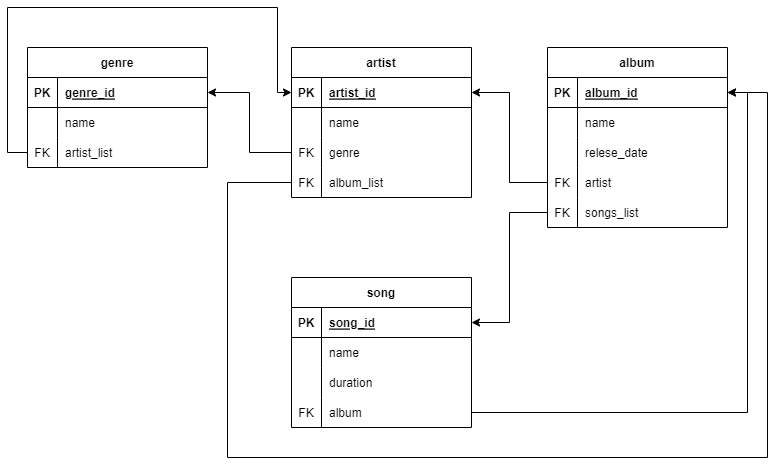
The draw.io diagram 1.drawio.png in TimofeevAndrei/hw_graph, before a commit. Source tidied: cells renumbered, new cells last; positions are measured from the earlier drawing's top-left corner, leaving out a move shared by most shapes.
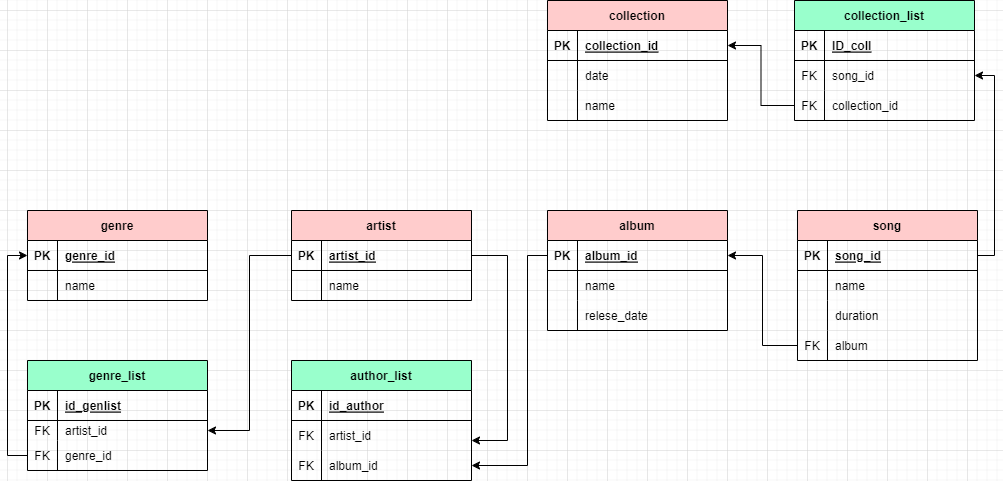
After the commit.

Diff of the diagram source:
```diff
@@ -2,8 +2,8 @@
   <root>
     <mxCell id="0" />
     <mxCell id="1" parent="0" />
-    <mxCell id="2" value="genre" style="shape=table;startSize=30;rowLines=0;fontStyle=1;align=center;" parent="1" vertex="1">
-      <mxGeometry x="20" y="40" width="180" height="120" as="geometry" />
+    <mxCell id="2" value="genre" style="shape=table;startSize=30;rowLines=0;fontStyle=1;align=center;fillColor=#FFCCCC;" parent="1" vertex="1">
+      <mxGeometry x="20" y="40" width="180" height="90" as="geometry" />
     </mxCell>
     <mxCell id="3" style="shape=tableRow;horizontal=0;startSize=0;swimlaneHead=0;swimlaneBody=0;fillColor=none;points=[[0,0.5],[1,0.5]];portConstraint=eastwest;top=0;left=0;right=0;bottom=1;" parent="2" vertex="1">
       <mxGeometry y="30" width="180" height="30" as="geometry" />
@@ -23,17 +23,8 @@
     <mxCell id="8" value="name" style="shape=partialRectangle;fillColor=none;top=0;left=0;bottom=0;right=0;align=left;spacingLeft=6;overflow=hidden;" parent="6" vertex="1">
       <mxGeometry x="30" width="150" height="30" as="geometry" />
     </mxCell>
-    <mxCell id="9" style="shape=tableRow;horizontal=0;startSize=0;swimlaneHead=0;swimlaneBody=0;fillColor=none;points=[[0,0.5],[1,0.5]];portConstraint=eastwest;top=0;left=0;right=0;bottom=0;" parent="2" vertex="1">
-      <mxGeometry y="90" width="180" height="30" as="geometry" />
-    </mxCell>
-    <mxCell id="10" value="FK" style="shape=partialRectangle;fillColor=none;top=0;left=0;bottom=0;right=0;overflow=hidden;" parent="9" vertex="1">
-      <mxGeometry width="30" height="30" as="geometry" />
-    </mxCell>
-    <mxCell id="11" value="artist_list" style="shape=partialRectangle;fillColor=none;top=0;left=0;bottom=0;right=0;align=left;spacingLeft=6;overflow=hidden;" parent="9" vertex="1">
-      <mxGeometry x="30" width="150" height="30" as="geometry" />
-    </mxCell>
-    <mxCell id="12" value="artist" style="shape=table;startSize=30;rowLines=0;fontStyle=1;align=center;" parent="1" vertex="1">
-      <mxGeometry x="284" y="40" width="180" height="150" as="geometry" />
+    <mxCell id="12" value="artist" style="shape=table;startSize=30;rowLines=0;fontStyle=1;align=center;fillColor=#FFCCCC;" parent="1" vertex="1">
+      <mxGeometry x="284" y="40" width="180" height="90" as="geometry" />
     </mxCell>
     <mxCell id="13" style="shape=tableRow;horizontal=0;startSize=0;swimlaneHead=0;swimlaneBody=0;fillColor=none;points=[[0,0.5],[1,0.5]];portConstraint=eastwest;top=0;left=0;right=0;bottom=1;" parent="12" vertex="1">
       <mxGeometry y="30" width="180" height="30" as="geometry" />
@@ -53,26 +44,8 @@
     <mxCell id="18" value="name" style="shape=partialRectangle;fillColor=none;top=0;left=0;bottom=0;right=0;align=left;spacingLeft=6;overflow=hidden;" parent="16" vertex="1">
       <mxGeometry x="30" width="150" height="30" as="geometry" />
     </mxCell>
-    <mxCell id="19" style="shape=tableRow;horizontal=0;startSize=0;swimlaneHead=0;swimlaneBody=0;fillColor=none;points=[[0,0.5],[1,0.5]];portConstraint=eastwest;top=0;left=0;right=0;bottom=0;" parent="12" vertex="1">
-      <mxGeometry y="90" width="180" height="30" as="geometry" />
-    </mxCell>
-    <mxCell id="20" value="FK" style="shape=partialRectangle;fillColor=none;top=0;left=0;bottom=0;right=0;overflow=hidden;" parent="19" vertex="1">
-      <mxGeometry width="30" height="30" as="geometry" />
-    </mxCell>
-    <mxCell id="21" value="genre" style="shape=partialRectangle;fillColor=none;top=0;left=0;bottom=0;right=0;align=left;spacingLeft=6;overflow=hidden;" parent="19" vertex="1">
-      <mxGeometry x="30" width="150" height="30" as="geometry" />
-    </mxCell>
-    <mxCell id="22" style="shape=tableRow;horizontal=0;startSize=0;swimlaneHead=0;swimlaneBody=0;fillColor=none;points=[[0,0.5],[1,0.5]];portConstraint=eastwest;top=0;left=0;right=0;bottom=0;" parent="12" vertex="1">
-      <mxGeometry y="120" width="180" height="30" as="geometry" />
-    </mxCell>
-    <mxCell id="23" value="FK" style="shape=partialRectangle;fillColor=none;top=0;left=0;bottom=0;right=0;overflow=hidden;" parent="22" vertex="1">
-      <mxGeometry width="30" height="30" as="geometry" />
-    </mxCell>
-    <mxCell id="24" value="album_list" style="shape=partialRectangle;fillColor=none;top=0;left=0;bottom=0;right=0;align=left;spacingLeft=6;overflow=hidden;" parent="22" vertex="1">
-      <mxGeometry x="30" width="150" height="30" as="geometry" />
-    </mxCell>
-    <mxCell id="25" value="album" style="shape=table;startSize=30;rowLines=0;fontStyle=1;align=center;" parent="1" vertex="1">
-      <mxGeometry x="540" y="40" width="180" height="180" as="geometry" />
+    <mxCell id="25" value="album" style="shape=table;startSize=30;rowLines=0;fontStyle=1;align=center;fillColor=#FFCCCC;" parent="1" vertex="1">
+      <mxGeometry x="540" y="40" width="180" height="120" as="geometry" />
     </mxCell>
     <mxCell id="26" style="shape=tableRow;horizontal=0;startSize=0;swimlaneHead=0;swimlaneBody=0;fillColor=none;points=[[0,0.5],[1,0.5]];portConstraint=eastwest;top=0;left=0;right=0;bottom=1;" parent="25" vertex="1">
       <mxGeometry y="30" width="180" height="30" as="geometry" />
@@ -101,26 +74,8 @@
     <mxCell id="34" value="relese_date" style="shape=partialRectangle;fillColor=none;top=0;left=0;bottom=0;right=0;align=left;spacingLeft=6;overflow=hidden;" parent="32" vertex="1">
       <mxGeometry x="30" width="150" height="30" as="geometry" />
     </mxCell>
-    <mxCell id="35" style="shape=tableRow;horizontal=0;startSize=0;swimlaneHead=0;swimlaneBody=0;fillColor=none;points=[[0,0.5],[1,0.5]];portConstraint=eastwest;top=0;left=0;right=0;bottom=0;" parent="25" vertex="1">
-      <mxGeometry y="120" width="180" height="30" as="geometry" />
-    </mxCell>
-    <mxCell id="36" value="FK" style="shape=partialRectangle;fillColor=none;top=0;left=0;bottom=0;right=0;overflow=hidden;" parent="35" vertex="1">
-      <mxGeometry width="30" height="30" as="geometry" />
-    </mxCell>
-    <mxCell id="37" value="artist" style="shape=partialRectangle;fillColor=none;top=0;left=0;bottom=0;right=0;align=left;spacingLeft=6;overflow=hidden;" parent="35" vertex="1">
-      <mxGeometry x="30" width="150" height="30" as="geometry" />
-    </mxCell>
-    <mxCell id="38" style="shape=tableRow;horizontal=0;startSize=0;swimlaneHead=0;swimlaneBody=0;fillColor=none;points=[[0,0.5],[1,0.5]];portConstraint=eastwest;top=0;left=0;right=0;bottom=0;" parent="25" vertex="1">
-      <mxGeometry y="150" width="180" height="30" as="geometry" />
-    </mxCell>
-    <mxCell id="39" value="FK" style="shape=partialRectangle;fillColor=none;top=0;left=0;bottom=0;right=0;overflow=hidden;" parent="38" vertex="1">
-      <mxGeometry width="30" height="30" as="geometry" />
-    </mxCell>
-    <mxCell id="40" value="songs_list" style="shape=partialRectangle;fillColor=none;top=0;left=0;bottom=0;right=0;align=left;spacingLeft=6;overflow=hidden;" parent="38" vertex="1">
-      <mxGeometry x="30" width="150" height="30" as="geometry" />
-    </mxCell>
-    <mxCell id="41" value="song" style="shape=table;startSize=30;rowLines=0;fontStyle=1;align=center;" parent="1" vertex="1">
-      <mxGeometry x="284" y="270" width="180" height="150" as="geometry" />
+    <mxCell id="41" value="song" style="shape=table;startSize=30;rowLines=0;fontStyle=1;align=center;fillColor=#FFCCCC;" parent="1" vertex="1">
+      <mxGeometry x="790" y="40" width="180" height="150" as="geometry" />
     </mxCell>
     <mxCell id="42" style="shape=tableRow;horizontal=0;startSize=0;swimlaneHead=0;swimlaneBody=0;fillColor=none;points=[[0,0.5],[1,0.5]];portConstraint=eastwest;top=0;left=0;right=0;bottom=1;" parent="41" vertex="1">
       <mxGeometry y="30" width="180" height="30" as="geometry" />
@@ -158,37 +113,174 @@
     <mxCell id="53" value="album" style="shape=partialRectangle;fillColor=none;top=0;left=0;bottom=0;right=0;align=left;spacingLeft=6;overflow=hidden;" parent="51" vertex="1">
       <mxGeometry x="30" width="150" height="30" as="geometry" />
     </mxCell>
-    <mxCell id="54" style="edgeStyle=orthogonalEdgeStyle;rounded=0;jettySize=auto;html=1;entryX=1;entryY=0.5;entryDx=0;entryDy=0;" parent="1" edge="1" source="19" target="3">
-      <mxGeometry relative="1" as="geometry" />
-    </mxCell>
-    <mxCell id="55" style="edgeStyle=orthogonalEdgeStyle;rounded=0;jettySize=auto;html=1;entryX=1;entryY=0.5;entryDx=0;entryDy=0;" parent="1" edge="1" source="35" target="13">
-      <mxGeometry relative="1" as="geometry" />
-    </mxCell>
+    <mxCell id="58" style="edgeStyle=orthogonalEdgeStyle;rounded=0;jettySize=auto;html=1;entryX=0;entryY=0.5;entryDx=0;entryDy=0;" parent="1" edge="1" target="13">
+      <mxGeometry relative="1" as="geometry">
+        <Array as="points">
+          <mxPoint y="145" />
+          <mxPoint />
+          <mxPoint x="270" />
+          <mxPoint x="270" y="85" />
+        </Array>
+      </mxGeometry>
+    </mxCell>
+    <mxCell id="60" value="collection" style="shape=table;startSize=30;rowLines=0;fontStyle=1;align=center;fillColor=#FFCCCC;" parent="1" vertex="1">
+      <mxGeometry x="540" y="-170" width="180" height="120" as="geometry" />
+    </mxCell>
+    <mxCell id="61" style="shape=tableRow;horizontal=0;startSize=0;swimlaneHead=0;swimlaneBody=0;fillColor=none;points=[[0,0.5],[1,0.5]];portConstraint=eastwest;top=0;left=0;right=0;bottom=1;" parent="60" vertex="1">
+      <mxGeometry y="30" width="180" height="30" as="geometry" />
+    </mxCell>
+    <mxCell id="62" value="PK" style="shape=partialRectangle;fillColor=none;top=0;left=0;bottom=0;right=0;fontStyle=1;overflow=hidden;" parent="61" vertex="1">
+      <mxGeometry width="30" height="30" as="geometry" />
+    </mxCell>
+    <mxCell id="63" value="collection_id" style="shape=partialRectangle;fillColor=none;top=0;left=0;bottom=0;right=0;align=left;spacingLeft=6;fontStyle=5;overflow=hidden;" parent="61" vertex="1">
+      <mxGeometry x="30" width="150" height="30" as="geometry" />
+    </mxCell>
+    <mxCell id="64" style="shape=tableRow;horizontal=0;startSize=0;swimlaneHead=0;swimlaneBody=0;fillColor=none;top=0;left=0;right=0;bottom=0;" parent="60" vertex="1">
+      <mxGeometry y="60" width="180" height="30" as="geometry" />
+    </mxCell>
+    <mxCell id="65" style="shape=partialRectangle;fillColor=none;top=0;left=0;bottom=0;right=0;overflow=hidden;" parent="64" vertex="1">
+      <mxGeometry width="30" height="30" as="geometry" />
+    </mxCell>
+    <mxCell id="66" value="date" style="shape=partialRectangle;fillColor=none;top=0;left=0;bottom=0;right=0;align=left;spacingLeft=6;overflow=hidden;" parent="64" vertex="1">
+      <mxGeometry x="30" width="150" height="30" as="geometry" />
+    </mxCell>
+    <mxCell id="67" style="shape=tableRow;horizontal=0;startSize=0;swimlaneHead=0;swimlaneBody=0;fillColor=none;top=0;left=0;right=0;bottom=0;" parent="60" vertex="1">
+      <mxGeometry y="90" width="180" height="30" as="geometry" />
+    </mxCell>
+    <mxCell id="68" style="shape=partialRectangle;fillColor=none;top=0;left=0;bottom=0;right=0;overflow=hidden;" parent="67" vertex="1">
+      <mxGeometry width="30" height="30" as="geometry" />
+    </mxCell>
+    <mxCell id="69" value="name" style="shape=partialRectangle;fillColor=none;top=0;left=0;bottom=0;right=0;align=left;spacingLeft=6;overflow=hidden;" parent="67" vertex="1">
+      <mxGeometry x="30" width="150" height="30" as="geometry" />
+    </mxCell>
+    <mxCell id="70" style="edgeStyle=orthogonalEdgeStyle;rounded=0;jettySize=auto;html=1;entryX=1;entryY=0.5;entryDx=0;entryDy=0;" parent="1" edge="1" target="3">
+      <mxGeometry relative="1" as="geometry" />
+    </mxCell>
-    <mxCell id="56" style="edgeStyle=orthogonalEdgeStyle;rounded=0;jettySize=auto;html=1;entryX=1;entryY=0.5;entryDx=0;entryDy=0;" parent="1" edge="1" source="51" target="26">
+    <mxCell id="56" style="edgeStyle=orthogonalEdgeStyle;rounded=0;jettySize=auto;html=1;" parent="1" edge="1" source="51" target="26">
       <mxGeometry relative="1" as="geometry" />
     </mxCell>
-    <mxCell id="57" style="edgeStyle=orthogonalEdgeStyle;rounded=0;jettySize=auto;html=1;entryX=1;entryY=0.5;entryDx=0;entryDy=0;" parent="1" edge="1" source="38" target="42">
-      <mxGeometry relative="1" as="geometry" />
-    </mxCell>
-    <mxCell id="58" style="edgeStyle=orthogonalEdgeStyle;rounded=0;jettySize=auto;html=1;entryX=0;entryY=0.5;entryDx=0;entryDy=0;" parent="1" edge="1" source="9" target="13">
-      <mxGeometry relative="1" as="geometry">
-        <Array as="points">
-          <mxPoint y="145" />
-          <mxPoint />
-          <mxPoint x="270" />
-          <mxPoint x="270" y="85" />
-        </Array>
-      </mxGeometry>
-    </mxCell>
-    <mxCell id="59" style="edgeStyle=orthogonalEdgeStyle;rounded=0;jettySize=auto;html=1;entryX=1;entryY=0.5;entryDx=0;entryDy=0;" parent="1" edge="1" source="22" target="26">
-      <mxGeometry relative="1" as="geometry">
-        <Array as="points">
-          <mxPoint x="220" y="175" />
-          <mxPoint x="220" y="450" />
-          <mxPoint x="760" y="450" />
-          <mxPoint x="760" y="85" />
-        </Array>
-      </mxGeometry>
-    </mxCell>
+    <mxCell id="71" value="genre_list" style="shape=table;startSize=30;rowLines=0;fontStyle=1;align=center;fillColor=#99FFCC;" parent="1" vertex="1">
+      <mxGeometry x="20" y="190" width="180" height="110" as="geometry" />
+    </mxCell>
+    <mxCell id="72" style="shape=tableRow;horizontal=0;startSize=0;swimlaneHead=0;swimlaneBody=0;fillColor=none;top=0;left=0;right=0;bottom=1;" parent="71" vertex="1">
+      <mxGeometry y="30" width="180" height="30" as="geometry" />
+    </mxCell>
+    <mxCell id="73" value="PK" style="shape=partialRectangle;fillColor=none;top=0;left=0;bottom=0;right=0;fontStyle=1;overflow=hidden;" parent="72" vertex="1">
+      <mxGeometry width="30" height="30" as="geometry" />
+    </mxCell>
+    <mxCell id="74" value="id_genlist" style="shape=partialRectangle;fillColor=none;top=0;left=0;bottom=0;right=0;align=left;spacingLeft=6;fontStyle=5;overflow=hidden;" parent="72" vertex="1">
+      <mxGeometry x="30" width="150" height="30" as="geometry" />
+    </mxCell>
+    <mxCell id="75" style="shape=tableRow;horizontal=0;startSize=0;swimlaneHead=0;swimlaneBody=0;fillColor=none;points=[[0,0.5],[1,0.5]];portConstraint=eastwest;top=0;left=0;right=0;bottom=0;" parent="71" vertex="1">
+      <mxGeometry y="60" width="180" height="20" as="geometry" />
+    </mxCell>
+    <mxCell id="76" value="FK" style="shape=partialRectangle;fillColor=none;top=0;left=0;bottom=0;right=0;overflow=hidden;" parent="75" vertex="1">
+      <mxGeometry width="30" height="20" as="geometry" />
+    </mxCell>
+    <mxCell id="77" value="artist_id" style="shape=partialRectangle;fillColor=none;top=0;left=0;bottom=0;right=0;align=left;spacingLeft=6;overflow=hidden;" parent="75" vertex="1">
+      <mxGeometry x="30" width="150" height="20" as="geometry" />
+    </mxCell>
+    <mxCell id="78" style="shape=tableRow;horizontal=0;startSize=0;swimlaneHead=0;swimlaneBody=0;fillColor=none;points=[[0,0.5],[1,0.5]];portConstraint=eastwest;top=0;left=0;right=0;bottom=0;" parent="71" vertex="1">
+      <mxGeometry y="80" width="180" height="30" as="geometry" />
+    </mxCell>
+    <mxCell id="79" value="FK" style="shape=partialRectangle;fillColor=none;top=0;left=0;bottom=0;right=0;overflow=hidden;" parent="78" vertex="1">
+      <mxGeometry width="30" height="30" as="geometry" />
+    </mxCell>
+    <mxCell id="80" value="genre_id" style="shape=partialRectangle;fillColor=none;top=0;left=0;bottom=0;right=0;align=left;spacingLeft=6;overflow=hidden;" parent="78" vertex="1">
+      <mxGeometry x="30" width="150" height="30" as="geometry" />
+    </mxCell>
+    <mxCell id="81" style="edgeStyle=orthogonalEdgeStyle;rounded=0;jettySize=auto;html=1;entryX=0;entryY=0.5;entryDx=0;entryDy=0;" parent="1" edge="1" source="78" target="3">
+      <mxGeometry relative="1" as="geometry" />
+    </mxCell>
+    <mxCell id="82" value="author_list" style="shape=table;startSize=30;rowLines=0;fontStyle=1;align=center;fillColor=#99FFCC;" parent="1" vertex="1">
+      <mxGeometry x="284" y="190" width="180" height="120" as="geometry" />
+    </mxCell>
+    <mxCell id="83" style="shape=tableRow;horizontal=0;startSize=0;swimlaneHead=0;swimlaneBody=0;fillColor=none;top=0;left=0;right=0;bottom=1;" parent="82" vertex="1">
+      <mxGeometry y="30" width="180" height="30" as="geometry" />
+    </mxCell>
+    <mxCell id="84" value="PK" style="shape=partialRectangle;fillColor=none;top=0;left=0;bottom=0;right=0;fontStyle=1;overflow=hidden;" parent="83" vertex="1">
+      <mxGeometry width="30" height="30" as="geometry" />
+    </mxCell>
+    <mxCell id="85" value="id_author" style="shape=partialRectangle;fillColor=none;top=0;left=0;bottom=0;right=0;align=left;spacingLeft=6;fontStyle=5;overflow=hidden;" parent="83" vertex="1">
+      <mxGeometry x="30" width="150" height="30" as="geometry" />
+    </mxCell>
+    <mxCell id="86" style="shape=tableRow;horizontal=0;startSize=0;swimlaneHead=0;swimlaneBody=0;fillColor=none;points=[[0,0.5],[1,0.5]];portConstraint=eastwest;top=0;left=0;right=0;bottom=0;" parent="82" vertex="1">
+      <mxGeometry y="60" width="180" height="30" as="geometry" />
+    </mxCell>
+    <mxCell id="87" value="FK" style="shape=partialRectangle;fillColor=none;top=0;left=0;bottom=0;right=0;overflow=hidden;" parent="86" vertex="1">
+      <mxGeometry width="30" height="30" as="geometry" />
+    </mxCell>
+    <mxCell id="88" value="artist_id" style="shape=partialRectangle;fillColor=none;top=0;left=0;bottom=0;right=0;align=left;spacingLeft=6;overflow=hidden;" parent="86" vertex="1">
+      <mxGeometry x="30" width="150" height="30" as="geometry" />
+    </mxCell>
+    <mxCell id="89" style="shape=tableRow;horizontal=0;startSize=0;swimlaneHead=0;swimlaneBody=0;fillColor=none;points=[[0,0.5],[1,0.5]];portConstraint=eastwest;top=0;left=0;right=0;bottom=0;" parent="82" vertex="1">
+      <mxGeometry y="90" width="180" height="30" as="geometry" />
+    </mxCell>
+    <mxCell id="90" value="FK" style="shape=partialRectangle;fillColor=none;top=0;left=0;bottom=0;right=0;overflow=hidden;" parent="89" vertex="1">
+      <mxGeometry width="30" height="30" as="geometry" />
+    </mxCell>
+    <mxCell id="91" value="album_id" style="shape=partialRectangle;fillColor=none;top=0;left=0;bottom=0;right=0;align=left;spacingLeft=6;overflow=hidden;" parent="89" vertex="1">
+      <mxGeometry x="30" width="150" height="30" as="geometry" />
+    </mxCell>
+    <mxCell id="92" style="edgeStyle=orthogonalEdgeStyle;rounded=0;jettySize=auto;html=1;" parent="1" edge="1" source="13" target="86">
+      <mxGeometry x="0.04" y="226" relative="1" as="geometry">
+        <Array as="points">
+          <mxPoint x="500" y="85" />
+          <mxPoint x="500" y="270" />
+        </Array>
+      </mxGeometry>
+    </mxCell>
+    <mxCell id="93" style="edgeStyle=orthogonalEdgeStyle;rounded=0;jettySize=auto;html=1;entryX=1;entryY=0.5;entryDx=0;entryDy=0;" parent="1" edge="1" source="26" target="89">
+      <mxGeometry relative="1" as="geometry">
+        <Array as="points">
+          <mxPoint x="520" y="85" />
+          <mxPoint x="520" y="295" />
+        </Array>
+      </mxGeometry>
+    </mxCell>
+    <mxCell id="94" value="collection_list" style="shape=table;startSize=30;rowLines=0;fontStyle=1;align=center;fillColor=#99FFCC;" parent="1" vertex="1">
+      <mxGeometry x="787" y="-170" width="180" height="120" as="geometry" />
+    </mxCell>
+    <mxCell id="95" style="shape=tableRow;horizontal=0;startSize=0;swimlaneHead=0;swimlaneBody=0;fillColor=none;top=0;left=0;right=0;bottom=1;" parent="94" vertex="1">
+      <mxGeometry y="30" width="180" height="30" as="geometry" />
+    </mxCell>
+    <mxCell id="96" value="PK" style="shape=partialRectangle;fillColor=none;top=0;left=0;bottom=0;right=0;fontStyle=1;overflow=hidden;" parent="95" vertex="1">
+      <mxGeometry width="30" height="30" as="geometry" />
+    </mxCell>
+    <mxCell id="97" value="ID_coll" style="shape=partialRectangle;fillColor=none;top=0;left=0;bottom=0;right=0;align=left;spacingLeft=6;fontStyle=5;overflow=hidden;" parent="95" vertex="1">
+      <mxGeometry x="30" width="150" height="30" as="geometry" />
+    </mxCell>
+    <mxCell id="98" style="shape=tableRow;horizontal=0;startSize=0;swimlaneHead=0;swimlaneBody=0;fillColor=none;points=[[0,0.5],[1,0.5]];portConstraint=eastwest;top=0;left=0;right=0;bottom=0;" parent="94" vertex="1">
+      <mxGeometry y="60" width="180" height="30" as="geometry" />
+    </mxCell>
+    <mxCell id="99" value="FK" style="shape=partialRectangle;fillColor=none;top=0;left=0;bottom=0;right=0;overflow=hidden;" parent="98" vertex="1">
+      <mxGeometry width="30" height="30" as="geometry" />
+    </mxCell>
+    <mxCell id="100" value="song_id" style="shape=partialRectangle;fillColor=none;top=0;left=0;bottom=0;right=0;align=left;spacingLeft=6;overflow=hidden;" parent="98" vertex="1">
+      <mxGeometry x="30" width="150" height="30" as="geometry" />
+    </mxCell>
+    <mxCell id="101" style="shape=tableRow;horizontal=0;startSize=0;swimlaneHead=0;swimlaneBody=0;fillColor=none;points=[[0,0.5],[1,0.5]];portConstraint=eastwest;top=0;left=0;right=0;bottom=0;" parent="94" vertex="1">
+      <mxGeometry y="90" width="180" height="30" as="geometry" />
+    </mxCell>
+    <mxCell id="102" value="FK" style="shape=partialRectangle;fillColor=none;top=0;left=0;bottom=0;right=0;overflow=hidden;" parent="101" vertex="1">
+      <mxGeometry width="30" height="30" as="geometry" />
+    </mxCell>
+    <mxCell id="103" value="collection_id" style="shape=partialRectangle;fillColor=none;top=0;left=0;bottom=0;right=0;align=left;spacingLeft=6;overflow=hidden;" parent="101" vertex="1">
+      <mxGeometry x="30" width="150" height="30" as="geometry" />
+    </mxCell>
+    <mxCell id="104" style="edgeStyle=orthogonalEdgeStyle;rounded=0;jettySize=auto;html=1;entryX=1;entryY=0.5;entryDx=0;entryDy=0;" parent="1" edge="1" source="101" target="61">
+      <mxGeometry relative="1" as="geometry" />
+    </mxCell>
+    <mxCell id="105" style="edgeStyle=orthogonalEdgeStyle;rounded=0;jettySize=auto;html=1;entryX=1;entryY=0.5;entryDx=0;entryDy=0;" parent="1" edge="1" source="42" target="98">
+      <mxGeometry relative="1" as="geometry">
+        <Array as="points">
+          <mxPoint x="987" y="85" />
+          <mxPoint x="987" y="-95" />
+        </Array>
+      </mxGeometry>
+    </mxCell>
+    <mxCell id="106" style="edgeStyle=orthogonalEdgeStyle;rounded=0;jettySize=auto;html=1;entryX=1;entryY=0.5;entryDx=0;entryDy=0;" parent="1" edge="1" source="13" target="75">
+      <mxGeometry relative="1" as="geometry" />
+    </mxCell>
   </root>
 </mxGraphModel>
```
